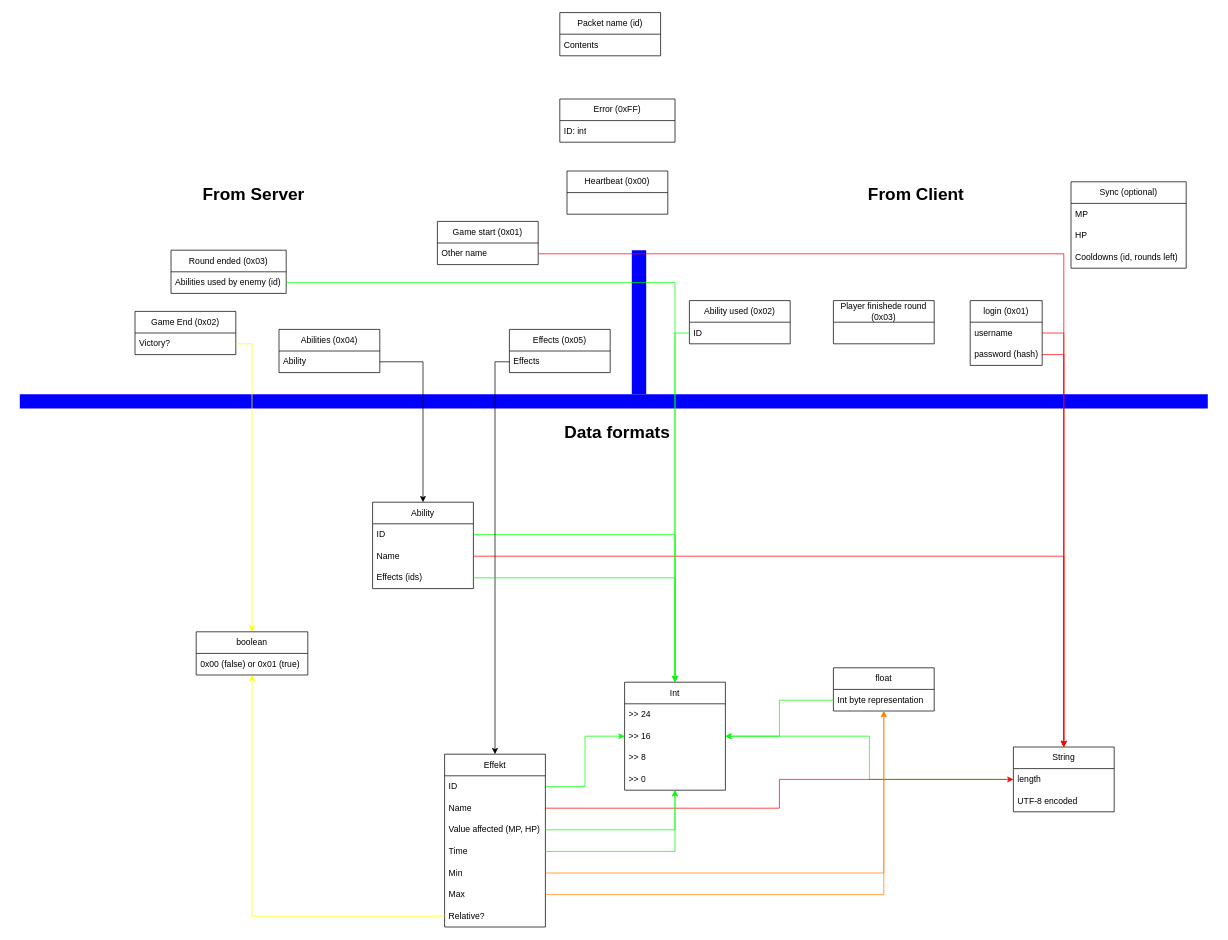
The draw.io diagram src/Server/Packets.drawio in Schatten2021/informatik_project_game, before the edit. Source tidied: cells renumbered, new cells numbered last; positions are measured from the earlier drawing's top-left corner, leaving out a move shared by most shapes. Both pictures are drawn from the tidied source at 72%, with x=0, y=0 at pixel (19, 12).
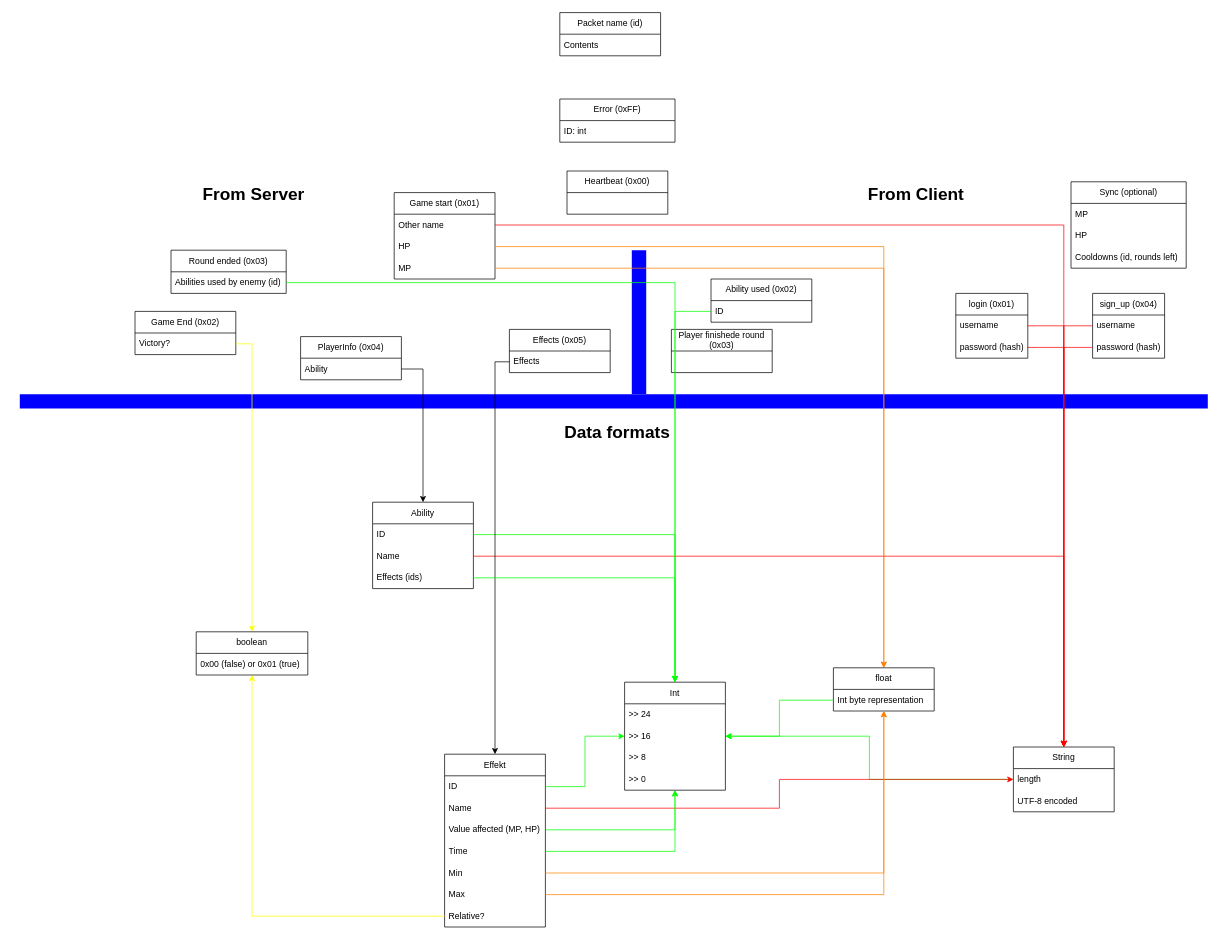
Above is the later version.

The change refers to these unchanged cells:
```xml
<mxCell id="47" value="float" style="swimlane;fontStyle=0;horizontal=1;startSize=30;whiteSpace=wrap;html=1;" parent="1" vertex="1">
  <mxGeometry x="1130" y="910" width="140" height="60" as="geometry" />
</mxCell>
<mxCell id="50" value="String" style="swimlane;fontStyle=0;horizontal=1;startSize=30;whiteSpace=wrap;html=1;" parent="1" vertex="1">
  <mxGeometry x="1380" y="1020" width="140" height="90" as="geometry" />
</mxCell>
```

Diff of the diagram source:
```diff
@@
     <mxCell id="6" value="login (0x01)" style="swimlane;fontStyle=0;horizontal=1;startSize=30;whiteSpace=wrap;html=1;" parent="1" vertex="1">
-      <mxGeometry x="1320" y="400" width="100" height="90" as="geometry" />
+      <mxGeometry x="1300" y="390" width="100" height="90" as="geometry" />
     </mxCell>
@@
     <mxCell id="11" value="Ability used (0x02)" style="swimlane;fontStyle=0;horizontal=1;startSize=30;whiteSpace=wrap;html=1;" parent="1" vertex="1">
-      <mxGeometry x="930" y="400" width="140" height="60" as="geometry" />
+      <mxGeometry x="960" y="370" width="140" height="60" as="geometry" />
     </mxCell>
@@
     <mxCell id="17" value="Game start (0x01)" style="swimlane;fontStyle=0;horizontal=1;startSize=30;whiteSpace=wrap;html=1;" parent="1" vertex="1">
-      <mxGeometry x="580" y="290" width="140" height="60" as="geometry" />
+      <mxGeometry x="520" y="250" width="140" height="120" as="geometry" />
     </mxCell>
@@
+    <mxCell id="76" value="HP" style="text;strokeColor=none;fillColor=none;align=left;verticalAlign=middle;spacingLeft=4;spacingRight=4;overflow=hidden;points=[[0,0.5],[1,0.5]];portConstraint=eastwest;whiteSpace=wrap;html=1;" parent="17" vertex="1">
+      <mxGeometry y="60" width="140" height="30" as="geometry" />
+    </mxCell>
+    <mxCell id="77" value="MP" style="text;strokeColor=none;fillColor=none;align=left;verticalAlign=middle;spacingLeft=4;spacingRight=4;overflow=hidden;points=[[0,0.5],[1,0.5]];portConstraint=eastwest;whiteSpace=wrap;html=1;" parent="17" vertex="1">
+      <mxGeometry y="90" width="140" height="30" as="geometry" />
+    </mxCell>
@@
-    <mxCell id="38" value="Abilities (0x04)" style="swimlane;fontStyle=0;horizontal=1;startSize=30;whiteSpace=wrap;html=1;" parent="1" vertex="1">
-      <mxGeometry x="360" y="440" width="140" height="60" as="geometry" />
+    <mxCell id="38" value="PlayerInfo (0x04)" style="swimlane;fontStyle=0;horizontal=1;startSize=30;whiteSpace=wrap;html=1;" parent="1" vertex="1">
+      <mxGeometry x="390" y="450" width="140" height="60" as="geometry" />
     </mxCell>
@@
     <mxCell id="41" value="Player finishede round (0x03)" style="swimlane;fontStyle=0;horizontal=1;startSize=30;whiteSpace=wrap;html=1;" parent="1" vertex="1">
-      <mxGeometry x="1130" y="400" width="140" height="60" as="geometry" />
+      <mxGeometry x="905" y="440" width="140" height="60" as="geometry" />
     </mxCell>
@@
+    <mxCell id="78" value="sign_up (0x04)" style="swimlane;fontStyle=0;horizontal=1;startSize=30;whiteSpace=wrap;html=1;" parent="1" vertex="1">
+      <mxGeometry x="1490" y="390" width="100" height="90" as="geometry" />
+    </mxCell>
+    <mxCell id="79" value="&lt;div&gt;username&lt;/div&gt;" style="text;strokeColor=none;fillColor=none;align=left;verticalAlign=middle;spacingLeft=4;spacingRight=4;overflow=hidden;points=[[0,0.5],[1,0.5]];portConstraint=eastwest;whiteSpace=wrap;html=1;" parent="78" vertex="1">
+      <mxGeometry y="30" width="100" height="30" as="geometry" />
+    </mxCell>
+    <mxCell id="80" value="&lt;div&gt;password (hash)&lt;/div&gt;" style="text;strokeColor=none;fillColor=none;align=left;verticalAlign=middle;spacingLeft=4;spacingRight=4;overflow=hidden;points=[[0,0.5],[1,0.5]];portConstraint=eastwest;whiteSpace=wrap;html=1;" parent="78" vertex="1">
+      <mxGeometry y="60" width="100" height="30" as="geometry" />
+    </mxCell>
+    <mxCell id="81" style="edgeStyle=orthogonalEdgeStyle;rounded=0;jettySize=auto;html=1;strokeColor=#FF0000;" parent="1" edge="1" source="79" target="50">
+      <mxGeometry relative="1" as="geometry" />
+    </mxCell>
+    <mxCell id="82" style="edgeStyle=orthogonalEdgeStyle;rounded=0;jettySize=auto;html=1;strokeColor=#FF0000;" parent="1" edge="1" source="80" target="50">
+      <mxGeometry relative="1" as="geometry" />
+    </mxCell>
+    <mxCell id="83" style="edgeStyle=orthogonalEdgeStyle;rounded=0;jettySize=auto;html=1;strokeColor=#FF8000;" parent="1" edge="1" source="76" target="47">
+      <mxGeometry relative="1" as="geometry" />
+    </mxCell>
+    <mxCell id="84" style="edgeStyle=orthogonalEdgeStyle;rounded=0;jettySize=auto;html=1;strokeColor=#FF8000;" parent="1" edge="1" source="77" target="47">
+      <mxGeometry relative="1" as="geometry" />
+    </mxCell>
```
